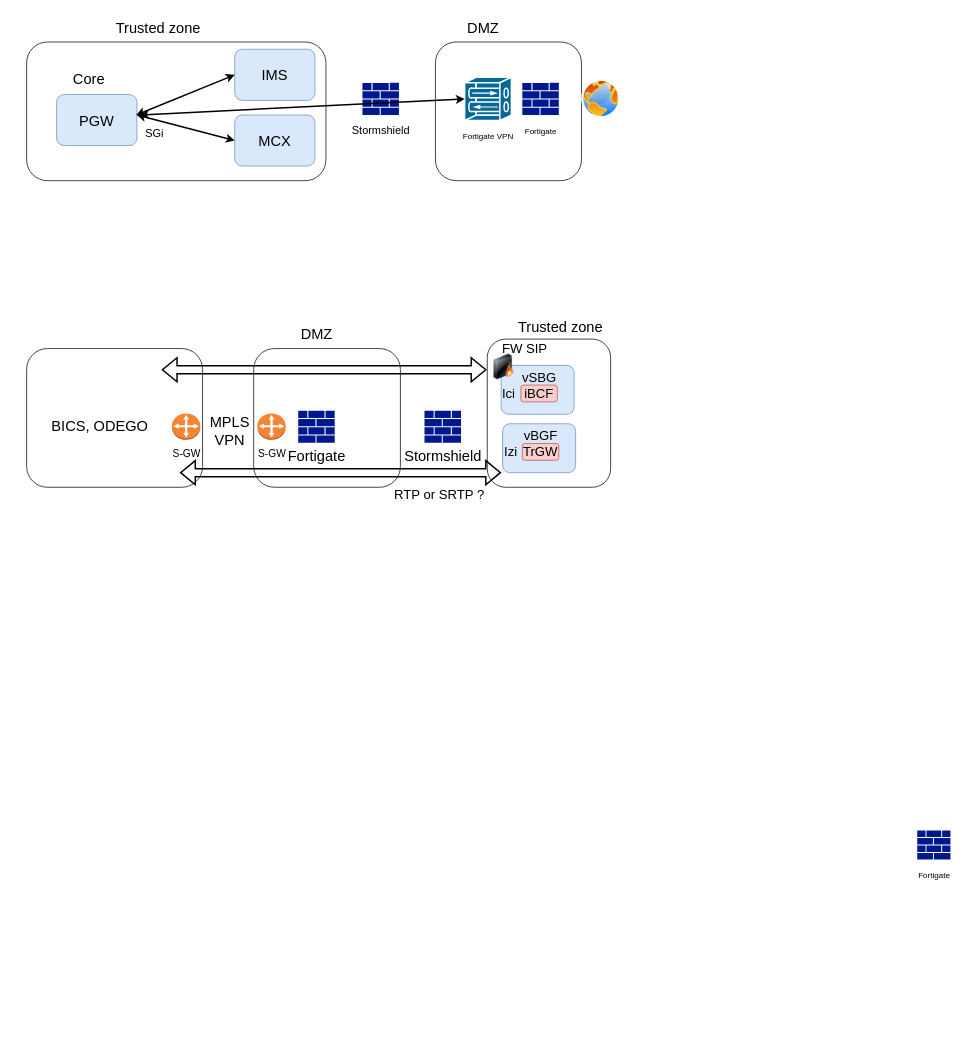
Before: page "Page-3" (3 of 3) of use_cases_sec.drawio in h4kdev/diagrams, a draw.io diagram. Source tidied: cells renumbered, new cells numbered last; positions are measured from the earlier drawing's top-left corner, leaving out a move shared by most shapes. Both pictures are drawn from the tidied source at 73%, with x=0, y=0 at pixel (26, 12). Pictures stored in the file or linked from it are replaced by grey dashed boxes.
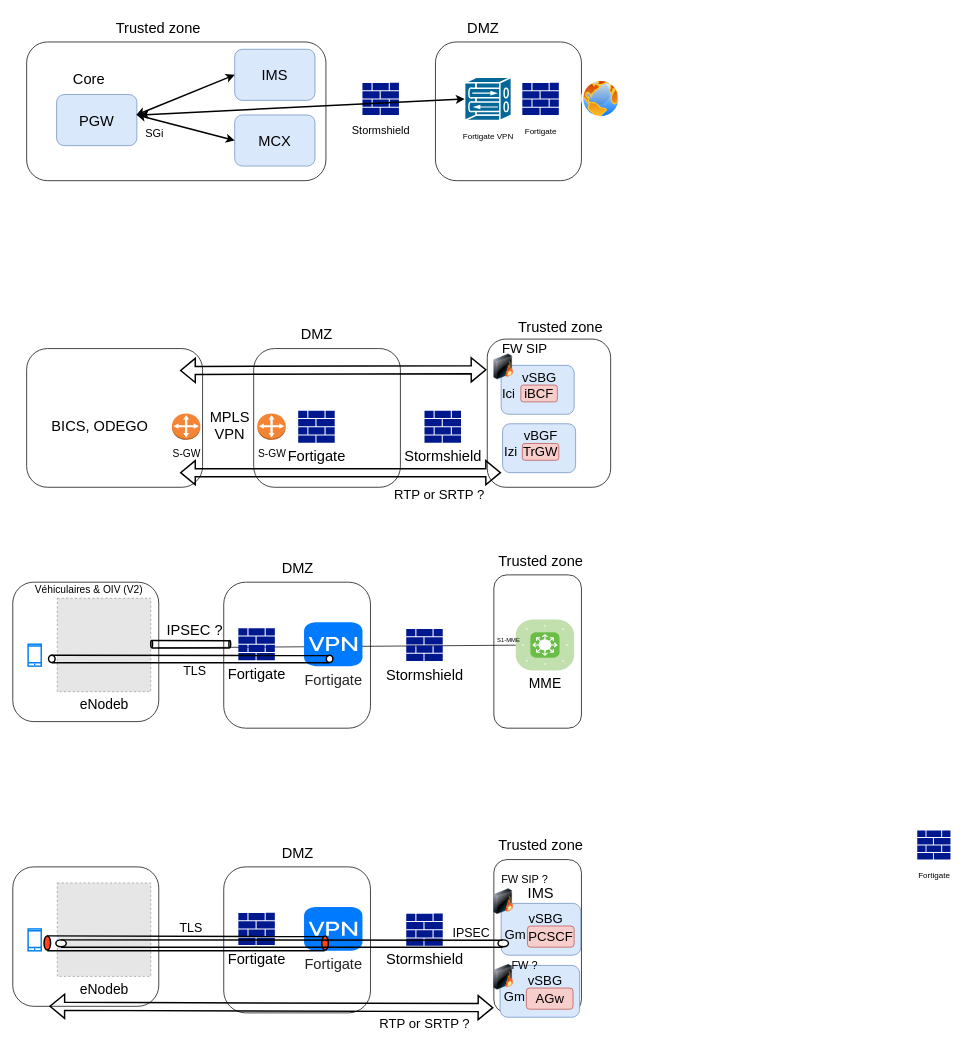
Above is the later version.

The edit, as a diff of the source:
```diff
@@
+    <mxCell id="43" style="rounded=1;whiteSpace=wrap;html=1;fontSize=19;" parent="1" vertex="1">
+      <mxGeometry x="270" y="780" width="201" height="200" as="geometry" />
+    </mxCell>
@@
     <mxCell id="28" value="&lt;font style=&quot;font-size: 20px;&quot;&gt;MPLS&lt;br&gt;VPN&lt;br&gt;&lt;/font&gt;" style="text;html=1;align=center;verticalAlign=middle;strokeColor=none;fillColor=none;fontSize=8;" parent="1" vertex="1">
-      <mxGeometry x="238" y="541.5" width="80" height="60" as="geometry" />
+      <mxGeometry x="238" y="535" width="80" height="60" as="geometry" />
     </mxCell>
@@
     <mxCell id="36" style="shape=flexArrow;endArrow=classic;startArrow=classic;html=1;rounded=0;strokeColor=#000000;strokeWidth=2;fontSize=18;fontColor=#000000;" parent="1" edge="1">
       <mxGeometry relative="1" as="geometry">
-        <mxPoint x="185" y="489" as="sourcePoint" />
+        <mxPoint x="210" y="490" as="sourcePoint" />
         <mxPoint x="630" y="489" as="targetPoint" />
       </mxGeometry>
     </mxCell>
@@
+    <mxCell id="44" style="rounded=1;whiteSpace=wrap;html=1;fontSize=19;" parent="1" vertex="1">
+      <mxGeometry x="640" y="770" width="120" height="210" as="geometry" />
+    </mxCell>
+    <mxCell id="45" style="rounded=1;whiteSpace=wrap;html=1;fontSize=19;" parent="1" vertex="1">
+      <mxGeometry x="-19" y="780" width="200" height="191" as="geometry" />
+    </mxCell>
+    <mxCell id="46" value="&lt;font style=&quot;font-size: 19px;&quot;&gt;eNodeb&lt;/font&gt;" style="fillColor=#E6E6E6;strokeColor=#999999;dashed=1;html=1;verticalAlign=top;verticalLabelPosition=bottom;labelBackgroundColor=#ffffff;" parent="1" vertex="1">
+      <mxGeometry x="42" y="802" width="128" height="128" as="geometry" />
+    </mxCell>
+    <mxCell id="47" value="MME" style="verticalLabelPosition=bottom;sketch=0;html=1;fillColor=#6ABD46;strokeColor=#ffffff;verticalAlign=top;align=center;points=[[0.085,0.085,0],[0.915,0.085,0],[0.915,0.915,0],[0.085,0.915,0],[0.25,0,0],[0.5,0,0],[0.75,0,0],[1,0.25,0],[1,0.5,0],[1,0.75,0],[0.75,1,0],[0.5,1,0],[0.25,1,0],[0,0.75,0],[0,0.5,0],[0,0.25,0]];shape=mxgraph.cisco_safe.compositeIcon;bgIcon=mxgraph.cisco_safe.architecture.generic_appliance;resIcon=mxgraph.cisco_safe.architecture.l3_switch;fontSize=19;" parent="1" vertex="1">
+      <mxGeometry x="670" y="831" width="80" height="70" as="geometry" />
+    </mxCell>
+    <mxCell id="48" style="endArrow=none;html=1;rounded=0;fontSize=19;" parent="1" edge="1" target="47">
+      <mxGeometry relative="1" as="geometry">
+        <mxPoint x="180" y="870" as="sourcePoint" />
+      </mxGeometry>
+    </mxCell>
+    <mxCell id="49" value="&lt;span style=&quot;font-size: 14px;&quot;&gt;Véhiculaires &amp;amp; OIV (V2)&lt;/span&gt;" style="text;html=1;align=center;verticalAlign=middle;strokeColor=none;fillColor=none;fontSize=19;" parent="1" vertex="1">
+      <mxGeometry y="770" width="170" height="40" as="geometry" />
+    </mxCell>
+    <mxCell id="50" value="DMZ" style="text;html=1;align=center;verticalAlign=middle;strokeColor=none;fillColor=none;fontSize=20;" parent="1" vertex="1">
+      <mxGeometry x="335.5" y="740" width="70" height="40" as="geometry" />
+    </mxCell>
+    <mxCell id="51" value="Fortigate" style="sketch=0;shadow=0;dashed=0;html=1;strokeColor=none;labelPosition=center;verticalLabelPosition=bottom;verticalAlign=top;align=center;fillColor=#00188D;shape=mxgraph.mscae.enterprise.firewall;fontSize=20;" parent="1" vertex="1">
+      <mxGeometry x="290" y="843" width="50" height="44" as="geometry" />
+    </mxCell>
+    <mxCell id="52" value="Stormshield" style="sketch=0;shadow=0;dashed=0;html=1;strokeColor=none;labelPosition=center;verticalLabelPosition=bottom;verticalAlign=top;align=center;fillColor=#00188D;shape=mxgraph.mscae.enterprise.firewall;fontSize=20;" parent="1" vertex="1">
+      <mxGeometry x="520" y="844" width="50" height="44" as="geometry" />
+    </mxCell>
+    <mxCell id="53" value="&lt;font style=&quot;font-size: 20px;&quot;&gt;Fortigate&lt;/font&gt;" style="html=1;strokeWidth=1;shadow=0;dashed=0;shape=mxgraph.ios7.misc.vpn;fillColor=#007AFF;strokeColor=none;buttonText=;strokeColor2=#222222;fontColor=#222222;fontSize=8;verticalLabelPosition=bottom;verticalAlign=top;align=center;sketch=0;" parent="1" vertex="1">
+      <mxGeometry x="380" y="835" width="80" height="60" as="geometry" />
+    </mxCell>
+    <mxCell id="54" value="Trusted zone" style="text;html=1;align=center;verticalAlign=middle;strokeColor=none;fillColor=none;fontSize=20;" parent="1" vertex="1">
+      <mxGeometry x="634" y="730" width="140" height="40" as="geometry" />
+    </mxCell>
+    <mxCell id="55" value="&lt;font style=&quot;font-size: 8px;&quot;&gt;S1-MME&lt;/font&gt;" style="text;html=1;align=center;verticalAlign=middle;strokeColor=none;fillColor=none;fontSize=14;" parent="1" vertex="1">
+      <mxGeometry x="635" y="843" width="50" height="30" as="geometry" />
+    </mxCell>
+    <mxCell id="56" value="&lt;font style=&quot;font-size: 20px;&quot;&gt;IPSEC ?&lt;br&gt;&lt;/font&gt;" style="text;html=1;align=center;verticalAlign=middle;strokeColor=none;fillColor=none;fontSize=8;" parent="1" vertex="1">
+      <mxGeometry x="180" y="825" width="100" height="40" as="geometry" />
+    </mxCell>
+    <mxCell id="57" style="html=1;verticalLabelPosition=bottom;align=center;labelBackgroundColor=#ffffff;verticalAlign=top;strokeWidth=2;strokeColor=#0080F0;shadow=0;dashed=0;shape=mxgraph.ios7.icons.smartphone;fontSize=20;fontColor=#000000;" parent="1" vertex="1">
+      <mxGeometry x="2" y="865" width="18" height="30" as="geometry" />
+    </mxCell>
+    <mxCell id="58" value="TLS" style="text;html=1;align=center;verticalAlign=middle;strokeColor=none;fillColor=none;fontSize=17;" parent="1" vertex="1">
+      <mxGeometry x="205" y="888" width="50" height="30" as="geometry" />
+    </mxCell>
+    <mxCell id="59" style="group;" parent="1" vertex="1">
+      <mxGeometry x="30" y="880" width="389.5" height="10.5" as="geometry" />
+    </mxCell>
+    <mxCell id="60" style="ellipse;whiteSpace=wrap;html=1;fontSize=17;strokeWidth=2;" parent="59" vertex="1">
+      <mxGeometry x="380.5" width="9" height="10" as="geometry" />
+    </mxCell>
+    <mxCell id="61" style="ellipse;whiteSpace=wrap;html=1;fontSize=17;strokeWidth=2;" parent="59" vertex="1">
+      <mxGeometry width="9" height="10" as="geometry" />
+    </mxCell>
+    <mxCell id="62" style="endArrow=none;html=1;rounded=0;fontSize=17;strokeWidth=2;" parent="59" edge="1">
+      <mxGeometry relative="1" as="geometry">
+        <mxPoint x="4" as="sourcePoint" />
+        <mxPoint x="384.5" y="0.5" as="targetPoint" />
+      </mxGeometry>
+    </mxCell>
+    <mxCell id="63" style="endArrow=none;html=1;rounded=0;fontSize=17;strokeWidth=2;" parent="59" edge="1">
+      <mxGeometry relative="1" as="geometry">
+        <mxPoint x="4.5" y="10.5" as="sourcePoint" />
+        <mxPoint x="384.5" y="10.5" as="targetPoint" />
+      </mxGeometry>
+    </mxCell>
+    <mxCell id="64" style="rounded=1;whiteSpace=wrap;html=1;fontSize=19;" parent="1" vertex="1">
+      <mxGeometry x="270" y="1170" width="201" height="200" as="geometry" />
+    </mxCell>
+    <mxCell id="65" style="rounded=1;whiteSpace=wrap;html=1;fontSize=19;" parent="1" vertex="1">
+      <mxGeometry x="640" y="1160" width="120" height="210" as="geometry" />
+    </mxCell>
+    <mxCell id="66" style="rounded=1;whiteSpace=wrap;html=1;fontSize=19;" parent="1" vertex="1">
+      <mxGeometry x="-19" y="1170" width="200" height="191" as="geometry" />
+    </mxCell>
+    <mxCell id="67" value="&lt;font style=&quot;font-size: 19px;&quot;&gt;eNodeb&lt;/font&gt;" style="fillColor=#E6E6E6;strokeColor=#999999;dashed=1;html=1;verticalAlign=top;verticalLabelPosition=bottom;labelBackgroundColor=#ffffff;" parent="1" vertex="1">
+      <mxGeometry x="42" y="1192" width="128" height="128" as="geometry" />
+    </mxCell>
+    <mxCell id="68" value="DMZ" style="text;html=1;align=center;verticalAlign=middle;strokeColor=none;fillColor=none;fontSize=20;" parent="1" vertex="1">
+      <mxGeometry x="335.5" y="1130" width="70" height="40" as="geometry" />
+    </mxCell>
+    <mxCell id="69" value="Fortigate" style="sketch=0;shadow=0;dashed=0;html=1;strokeColor=none;labelPosition=center;verticalLabelPosition=bottom;verticalAlign=top;align=center;fillColor=#00188D;shape=mxgraph.mscae.enterprise.firewall;fontSize=20;" parent="1" vertex="1">
+      <mxGeometry x="290" y="1233" width="50" height="44" as="geometry" />
+    </mxCell>
+    <mxCell id="70" value="Stormshield" style="sketch=0;shadow=0;dashed=0;html=1;strokeColor=none;labelPosition=center;verticalLabelPosition=bottom;verticalAlign=top;align=center;fillColor=#00188D;shape=mxgraph.mscae.enterprise.firewall;fontSize=20;" parent="1" vertex="1">
+      <mxGeometry x="520" y="1234" width="50" height="44" as="geometry" />
+    </mxCell>
+    <mxCell id="71" value="&lt;font style=&quot;font-size: 20px;&quot;&gt;Fortigate&lt;/font&gt;" style="html=1;strokeWidth=1;shadow=0;dashed=0;shape=mxgraph.ios7.misc.vpn;fillColor=#007AFF;strokeColor=none;buttonText=;strokeColor2=#222222;fontColor=#222222;fontSize=8;verticalLabelPosition=bottom;verticalAlign=top;align=center;sketch=0;" parent="1" vertex="1">
+      <mxGeometry x="380" y="1225" width="80" height="60" as="geometry" />
+    </mxCell>
+    <mxCell id="72" value="Trusted zone" style="text;html=1;align=center;verticalAlign=middle;strokeColor=none;fillColor=none;fontSize=20;" parent="1" vertex="1">
+      <mxGeometry x="634" y="1120" width="140" height="40" as="geometry" />
+    </mxCell>
+    <mxCell id="73" style="html=1;verticalLabelPosition=bottom;align=center;labelBackgroundColor=#ffffff;verticalAlign=top;strokeWidth=2;strokeColor=#0080F0;shadow=0;dashed=0;shape=mxgraph.ios7.icons.smartphone;fontSize=20;fontColor=#000000;" parent="1" vertex="1">
+      <mxGeometry x="2" y="1255" width="18" height="30" as="geometry" />
+    </mxCell>
+    <mxCell id="74" value="TLS" style="text;html=1;align=center;verticalAlign=middle;strokeColor=none;fillColor=none;fontSize=17;" parent="1" vertex="1">
+      <mxGeometry x="200" y="1240" width="50" height="30" as="geometry" />
+    </mxCell>
+    <mxCell id="75" style="group;" parent="1" vertex="1">
+      <mxGeometry x="23.8" y="1264.5" width="389.5" height="20.5" as="geometry" />
+    </mxCell>
+    <mxCell id="76" style="ellipse;whiteSpace=wrap;html=1;fontSize=17;strokeWidth=2;fillColor=#FF4517;" parent="75" vertex="1">
+      <mxGeometry x="380.5" width="9" height="19.5" as="geometry" />
+    </mxCell>
+    <mxCell id="77" style="ellipse;whiteSpace=wrap;html=1;fontSize=17;strokeWidth=2;fillColor=#FF4517;" parent="75" vertex="1">
+      <mxGeometry width="9" height="19.5" as="geometry" />
+    </mxCell>
+    <mxCell id="78" style="endArrow=none;html=1;rounded=0;fontSize=17;strokeWidth=2;" parent="75" edge="1">
+      <mxGeometry relative="1" as="geometry">
+        <mxPoint x="4" as="sourcePoint" />
+        <mxPoint x="384.5" y="1" as="targetPoint" />
+      </mxGeometry>
+    </mxCell>
+    <mxCell id="79" style="endArrow=none;html=1;rounded=0;fontSize=17;strokeWidth=2;" parent="75" edge="1">
+      <mxGeometry relative="1" as="geometry">
+        <mxPoint x="4.5" y="20.5" as="sourcePoint" />
+        <mxPoint x="384.5" y="20.5" as="targetPoint" />
+      </mxGeometry>
+    </mxCell>
+    <mxCell id="80" style="rounded=1;whiteSpace=wrap;html=1;fontSize=20;fillColor=#dae8fc;strokeColor=#6c8ebf;" parent="1" vertex="1">
+      <mxGeometry x="650" y="1220" width="109" height="71" as="geometry" />
+    </mxCell>
+    <mxCell id="81" value="PCSCF" style="rounded=1;whiteSpace=wrap;html=1;strokeColor=#b85450;strokeWidth=1;fontSize=18;fillColor=#f8cecc;" parent="1" vertex="1">
+      <mxGeometry x="686" y="1251" width="64" height="29" as="geometry" />
+    </mxCell>
+    <mxCell id="82" value="vSBG" style="text;html=1;align=center;verticalAlign=middle;strokeColor=none;fillColor=none;fontSize=18;fontColor=#000000;" parent="1" vertex="1">
+      <mxGeometry x="676" y="1221" width="70" height="40" as="geometry" />
+    </mxCell>
+    <mxCell id="83" value="Gm" style="text;html=1;align=center;verticalAlign=middle;strokeColor=none;fillColor=none;fontSize=18;fontColor=#000000;" parent="1" vertex="1">
+      <mxGeometry x="644" y="1242.5" width="50" height="40" as="geometry" />
+    </mxCell>
+    <mxCell id="84" value="IMS" style="text;html=1;align=center;verticalAlign=middle;strokeColor=none;fillColor=none;fontSize=20;" parent="1" vertex="1">
+      <mxGeometry x="674" y="1185" width="60" height="40" as="geometry" />
+    </mxCell>
+    <mxCell id="85" style="group;" parent="1" vertex="1">
+      <mxGeometry x="40" y="1270" width="620" height="10" as="geometry" />
+    </mxCell>
+    <mxCell id="86" style="ellipse;whiteSpace=wrap;html=1;fontSize=17;strokeWidth=2;" parent="85" vertex="1">
+      <mxGeometry x="605.7" width="14.3" height="9.5" as="geometry" />
+    </mxCell>
+    <mxCell id="87" style="ellipse;whiteSpace=wrap;html=1;fontSize=17;strokeWidth=2;" parent="85" vertex="1">
+      <mxGeometry width="14.3" height="9.5" as="geometry" />
+    </mxCell>
+    <mxCell id="88" style="endArrow=none;html=1;rounded=0;fontSize=17;strokeWidth=2;" parent="85" edge="1">
+      <mxGeometry relative="1" as="geometry">
+        <mxPoint x="6.4" as="sourcePoint" />
+        <mxPoint x="612" y="0.5" as="targetPoint" />
+      </mxGeometry>
+    </mxCell>
+    <mxCell id="89" style="endArrow=none;html=1;rounded=0;fontSize=17;strokeWidth=2;" parent="85" edge="1">
+      <mxGeometry relative="1" as="geometry">
+        <mxPoint x="7.2" y="10" as="sourcePoint" />
+        <mxPoint x="612" y="10" as="targetPoint" />
+      </mxGeometry>
+    </mxCell>
+    <mxCell id="90" value="IPSEC" style="text;html=1;align=center;verticalAlign=middle;strokeColor=none;fillColor=none;fontSize=17;" parent="1" vertex="1">
+      <mxGeometry x="574" y="1247" width="70" height="30" as="geometry" />
+    </mxCell>
+    <mxCell id="91" style="group;" parent="1" vertex="1">
+      <mxGeometry x="170" y="859.8" width="109.5" height="10.5" as="geometry" />
+    </mxCell>
+    <mxCell id="92" style="ellipse;whiteSpace=wrap;html=1;fontSize=17;strokeWidth=2;" parent="91" vertex="1">
+      <mxGeometry x="107" width="2.5" height="10" as="geometry" />
+    </mxCell>
+    <mxCell id="93" style="ellipse;whiteSpace=wrap;html=1;fontSize=17;strokeWidth=2;" parent="91" vertex="1">
+      <mxGeometry width="2.5" height="10" as="geometry" />
+    </mxCell>
+    <mxCell id="94" style="endArrow=none;html=1;rounded=0;fontSize=17;strokeWidth=2;" parent="91" edge="1">
+      <mxGeometry relative="1" as="geometry">
+        <mxPoint x="1.1" as="sourcePoint" />
+        <mxPoint x="108.1" y="0.5" as="targetPoint" />
+      </mxGeometry>
+    </mxCell>
+    <mxCell id="95" style="endArrow=none;html=1;rounded=0;fontSize=17;strokeWidth=2;" parent="91" edge="1">
+      <mxGeometry relative="1" as="geometry">
+        <mxPoint x="1.3" y="10.5" as="sourcePoint" />
+        <mxPoint x="108.1" y="10.5" as="targetPoint" />
+      </mxGeometry>
+    </mxCell>
+    <mxCell id="96" style="rounded=1;whiteSpace=wrap;html=1;fontSize=20;fillColor=#dae8fc;strokeColor=#6c8ebf;" parent="1" vertex="1">
+      <mxGeometry x="648.5" y="1305" width="109" height="71" as="geometry" />
+    </mxCell>
+    <mxCell id="97" value="AGw" style="rounded=1;whiteSpace=wrap;html=1;strokeColor=#b85450;strokeWidth=1;fontSize=18;fillColor=#f8cecc;" parent="1" vertex="1">
+      <mxGeometry x="684.5" y="1336" width="64" height="29" as="geometry" />
+    </mxCell>
+    <mxCell id="98" value="vSBG" style="text;html=1;align=center;verticalAlign=middle;strokeColor=none;fillColor=none;fontSize=18;fontColor=#000000;" parent="1" vertex="1">
+      <mxGeometry x="674.5" y="1306" width="70" height="40" as="geometry" />
+    </mxCell>
+    <mxCell id="99" value="Gm" style="text;html=1;align=center;verticalAlign=middle;strokeColor=none;fillColor=none;fontSize=18;fontColor=#000000;" parent="1" vertex="1">
+      <mxGeometry x="642.5" y="1327.5" width="50" height="40" as="geometry" />
+    </mxCell>
+    <mxCell id="100" style="shape=flexArrow;endArrow=classic;startArrow=classic;html=1;rounded=0;strokeColor=#000000;strokeWidth=2;fontSize=18;fontColor=#000000;exitX=0.25;exitY=1;exitDx=0;exitDy=0;entryX=-0.004;entryY=0.966;entryDx=0;entryDy=0;entryPerimeter=0;" parent="1" edge="1" source="66" target="65">
+      <mxGeometry relative="1" as="geometry" />
+    </mxCell>
+    <mxCell id="101" value="RTP or SRTP ?" style="text;html=1;align=center;verticalAlign=middle;strokeColor=none;fillColor=none;fontSize=18;fontColor=#000000;" parent="1" vertex="1">
+      <mxGeometry x="470" y="1364.5" width="150" height="40" as="geometry" />
+    </mxCell>
+    <mxCell id="102" style="image;html=1;image=img/lib/clip_art/networking/Firewall_128x128.png;strokeColor=#000000;strokeWidth=1;fontSize=18;fontColor=#000000;" parent="1" vertex="1">
+      <mxGeometry x="640" y="1192.5" width="27" height="50" as="geometry" />
+    </mxCell>
+    <mxCell id="103" value="FW SIP ?" style="text;html=1;align=center;verticalAlign=middle;strokeColor=none;fillColor=none;fontSize=15;fontColor=#000000;" parent="1" vertex="1">
+      <mxGeometry x="637" y="1171" width="90" height="30" as="geometry" />
+    </mxCell>
+    <mxCell id="104" style="image;html=1;image=img/lib/clip_art/networking/Firewall_128x128.png;strokeColor=#000000;strokeWidth=1;fontSize=18;fontColor=#000000;" parent="1" vertex="1">
+      <mxGeometry x="640" y="1296" width="27" height="50" as="geometry" />
+    </mxCell>
+    <mxCell id="105" value="FW ?" style="text;html=1;align=center;verticalAlign=middle;strokeColor=none;fillColor=none;fontSize=15;fontColor=#000000;" parent="1" vertex="1">
+      <mxGeometry x="652" y="1290" width="60" height="30" as="geometry" />
+    </mxCell>
```
